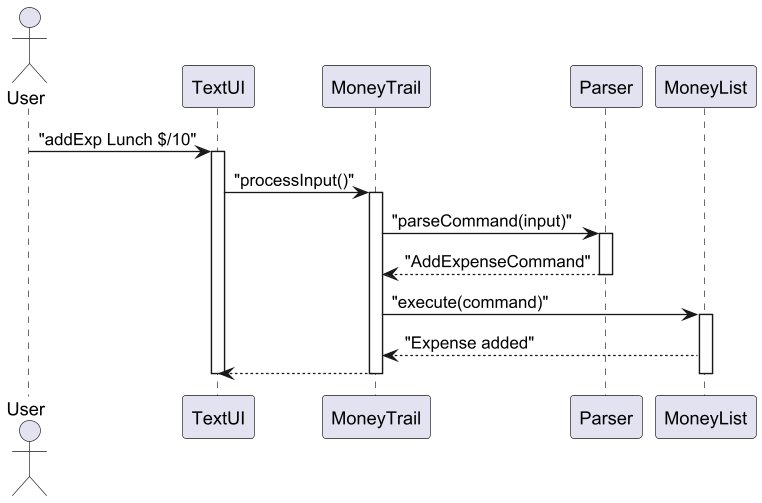
Before: docs/diagrams/MoneyTrail_Sequence.png, a diagram exported from PlantUML (EdwinTun98/tp). Its diagram source:
```plantuml
@startuml MoneyTrail_Sequence_Activation
scale 1.3
actor User
participant TextUI
participant MoneyTrail
participant Parser
participant MoneyList

User -> TextUI : "addExp Lunch $/10"
activate TextUI
TextUI -> MoneyTrail : "processInput()"
activate MoneyTrail
MoneyTrail -> Parser : "parseCommand(input)"
activate Parser
Parser --> MoneyTrail : "AddExpenseCommand"
deactivate Parser
MoneyTrail -> MoneyList : "execute(command)"
activate MoneyList
MoneyList --> MoneyTrail : "Expense added"
MoneyTrail --> TextUI
deactivate MoneyList
deactivate MoneyTrail
deactivate TextUI
@enduml
```
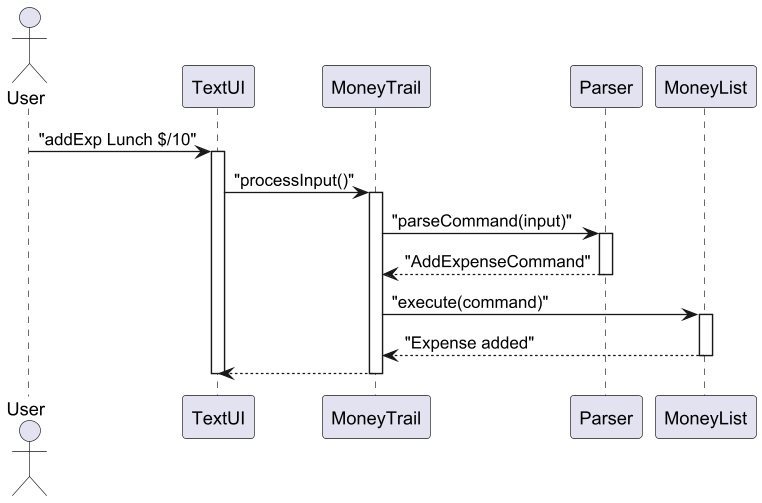
The same diagram one commit later.

Commit message:
Deactivated activation bar in MoneyTrail sequence diagram after the method from MoneyList is returned

Change to the diagram source:
```diff
@@ -17,8 +17,8 @@
 MoneyTrail -> MoneyList : "execute(command)"
 activate MoneyList
 MoneyList --> MoneyTrail : "Expense added"
+deactivate MoneyList
 MoneyTrail --> TextUI
-deactivate MoneyList
 deactivate MoneyTrail
 deactivate TextUI
 @enduml
```
